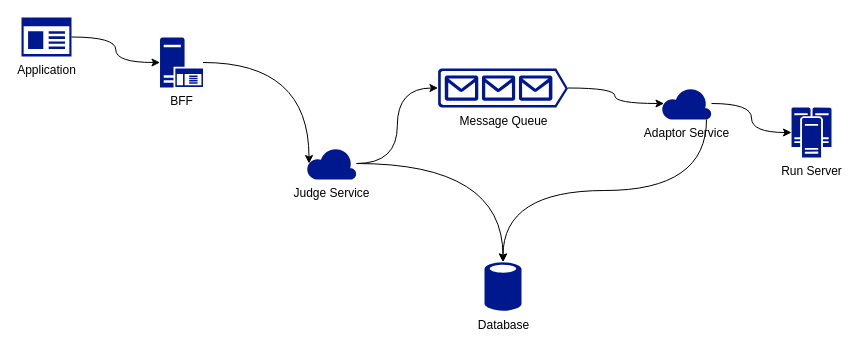
The draw.io diagram map/oj-architecture.drawio in msqtt/Sources, before the edit. Source tidied: cells renumbered, new cells numbered last; positions are measured from the earlier drawing's top-left corner, leaving out a move shared by most shapes. Both pictures are drawn from the tidied source at 100%, with x=0, y=0 at pixel (21, 17).
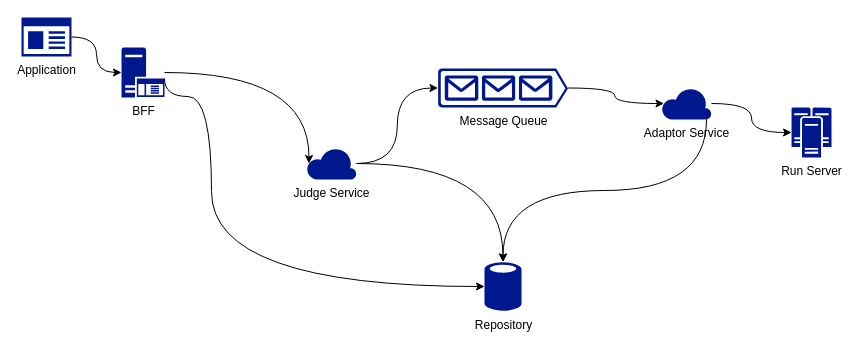
After the change.

The edit, as a diff of the source:
```diff
@@
 <mxGraphModel>
   <root>
     <mxCell id="0" />
     <mxCell id="1" parent="0" />
     <mxCell id="2" value="Application" style="sketch=0;shadow=0;dashed=0;html=1;strokeColor=none;labelPosition=center;verticalLabelPosition=bottom;verticalAlign=top;align=center;fillColor=#00188D;shape=mxgraph.mscae.enterprise.app_generic;" parent="1" vertex="1">
       <mxGeometry width="50" height="39" as="geometry" />
     </mxCell>
     <mxCell id="3" value="BFF" style="sketch=0;shadow=0;dashed=0;html=1;strokeColor=none;labelPosition=center;verticalLabelPosition=bottom;verticalAlign=top;align=center;fillColor=#00188D;shape=mxgraph.mscae.enterprise.application_server;" parent="1" vertex="1">
-      <mxGeometry x="138.5" y="20" width="43" height="50" as="geometry" />
+      <mxGeometry x="100" y="30" width="43" height="50" as="geometry" />
     </mxCell>
     <mxCell id="4" value="Judge Service" style="sketch=0;shadow=0;dashed=0;html=1;strokeColor=none;labelPosition=center;verticalLabelPosition=bottom;verticalAlign=top;align=center;fillColor=#00188D;shape=mxgraph.azure.cloud;" parent="1" vertex="1">
       <mxGeometry x="285" y="130" width="50" height="32" as="geometry" />
     </mxCell>
     <mxCell id="5" value="Adaptor Service" style="sketch=0;shadow=0;dashed=0;html=1;strokeColor=none;labelPosition=center;verticalLabelPosition=bottom;verticalAlign=top;align=center;fillColor=#00188D;shape=mxgraph.azure.cloud;" parent="1" vertex="1">
       <mxGeometry x="640" y="70" width="50" height="32" as="geometry" />
     </mxCell>
     <mxCell id="6" value="Run Server" style="sketch=0;shadow=0;dashed=0;html=1;strokeColor=none;labelPosition=center;verticalLabelPosition=bottom;verticalAlign=top;align=center;fillColor=#00188D;shape=mxgraph.mscae.enterprise.cluster_server;" parent="1" vertex="1">
       <mxGeometry x="770" y="90" width="40" height="50" as="geometry" />
     </mxCell>
     <mxCell id="7" style="edgeStyle=orthogonalEdgeStyle;rounded=0;jettySize=auto;html=1;entryX=0;entryY=0.5;entryDx=0;entryDy=0;entryPerimeter=0;curved=1;exitX=1;exitY=0.5;exitDx=0;exitDy=0;exitPerimeter=0;" parent="1" edge="1" source="2" target="3">
       <mxGeometry relative="1" as="geometry" />
     </mxCell>
     <mxCell id="8" style="edgeStyle=orthogonalEdgeStyle;rounded=0;jettySize=auto;html=1;entryX=0;entryY=0.5;entryDx=0;entryDy=0;entryPerimeter=0;curved=1;" parent="1" edge="1" source="5" target="6">
       <mxGeometry relative="1" as="geometry" />
     </mxCell>
     <mxCell id="9" value="Message Queue" style="sketch=0;shadow=0;dashed=0;html=1;strokeColor=none;labelPosition=center;verticalLabelPosition=bottom;verticalAlign=top;align=center;fillColor=#00188D;shape=mxgraph.azure.queue_generic;" parent="1" vertex="1">
       <mxGeometry x="416.5" y="51" width="130" height="39" as="geometry" />
     </mxCell>
     <mxCell id="10" style="edgeStyle=orthogonalEdgeStyle;rounded=0;jettySize=auto;html=1;entryX=0.05;entryY=0.5;entryDx=0;entryDy=0;entryPerimeter=0;curved=1;" parent="1" edge="1" source="3" target="4">
       <mxGeometry relative="1" as="geometry" />
     </mxCell>
     <mxCell id="11" style="edgeStyle=orthogonalEdgeStyle;rounded=0;jettySize=auto;html=1;entryX=0;entryY=0.5;entryDx=0;entryDy=0;entryPerimeter=0;curved=1;" parent="1" edge="1" source="4" target="9">
       <mxGeometry relative="1" as="geometry" />
     </mxCell>
     <mxCell id="12" style="edgeStyle=orthogonalEdgeStyle;rounded=0;jettySize=auto;html=1;entryX=0.5;entryY=0.01;entryDx=0;entryDy=0;entryPerimeter=0;curved=1;" parent="1" edge="1" source="4" target="14">
       <mxGeometry relative="1" as="geometry" />
     </mxCell>
     <mxCell id="13" style="edgeStyle=orthogonalEdgeStyle;rounded=0;jettySize=auto;html=1;entryX=0.5;entryY=0.01;entryDx=0;entryDy=0;entryPerimeter=0;curved=1;exitX=0.9;exitY=1;exitDx=0;exitDy=0;exitPerimeter=0;" parent="1" edge="1" source="5" target="14">
       <mxGeometry relative="1" as="geometry" />
     </mxCell>
-    <mxCell id="14" value="&lt;div&gt;Database&lt;/div&gt;&lt;div&gt;&lt;br&gt;&lt;/div&gt;" style="sketch=0;shadow=0;dashed=0;html=1;strokeColor=none;labelPosition=center;verticalLabelPosition=bottom;verticalAlign=top;align=center;fillColor=#00188D;shape=mxgraph.mscae.enterprise.database_generic;" parent="1" vertex="1">
+    <mxCell id="14" value="Repository" style="sketch=0;shadow=0;dashed=0;html=1;strokeColor=none;labelPosition=center;verticalLabelPosition=bottom;verticalAlign=top;align=center;fillColor=#00188D;shape=mxgraph.mscae.enterprise.database_generic;" parent="1" vertex="1">
       <mxGeometry x="463" y="244" width="37" height="50" as="geometry" />
     </mxCell>
     <mxCell id="15" style="edgeStyle=orthogonalEdgeStyle;rounded=0;jettySize=auto;html=1;entryX=0.05;entryY=0.5;entryDx=0;entryDy=0;entryPerimeter=0;curved=1;" parent="1" edge="1" source="9" target="5">
       <mxGeometry relative="1" as="geometry" />
     </mxCell>
+    <mxCell id="16" style="edgeStyle=orthogonalEdgeStyle;rounded=0;jettySize=auto;html=1;entryX=0;entryY=0.5;entryDx=0;entryDy=0;entryPerimeter=0;curved=1;exitX=1;exitY=0.62;exitDx=0;exitDy=0;exitPerimeter=0;" parent="1" edge="1" source="3" target="14">
+      <mxGeometry relative="1" as="geometry">
+        <Array as="points">
+          <mxPoint x="143" y="79" />
+          <mxPoint x="190" y="79" />
+          <mxPoint x="190" y="269" />
+        </Array>
+      </mxGeometry>
+    </mxCell>
   </root>
 </mxGraphModel>
```
